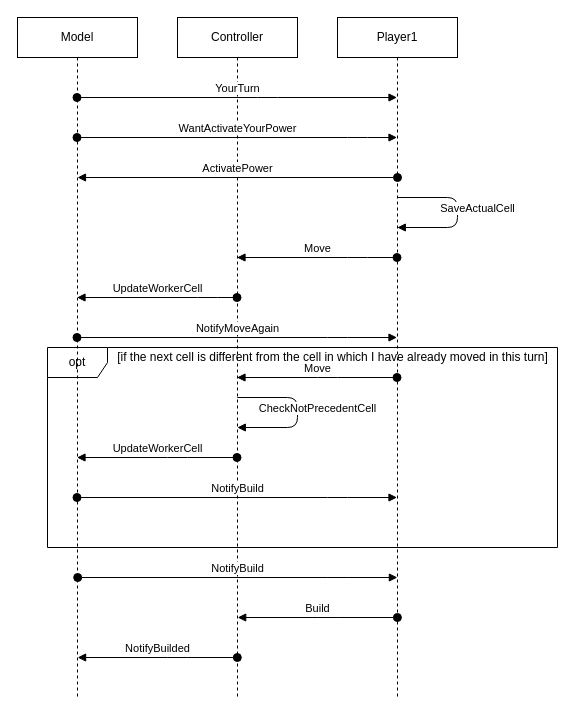
matteovisotto/ing-sw-2020-Siriani-Stucchi-Visotto keeps this draw.io diagram as page "Case_Artemis" (3 of 11) of UML/newUML.drawio. Above is the earlier version. Source tidied: cells renumbered, new cells numbered last; positions are measured from the earlier drawing's top-left corner, leaving out a move shared by most shapes. Both pictures are drawn from the tidied source at 100%, with x=0, y=0 at pixel (17, 17).
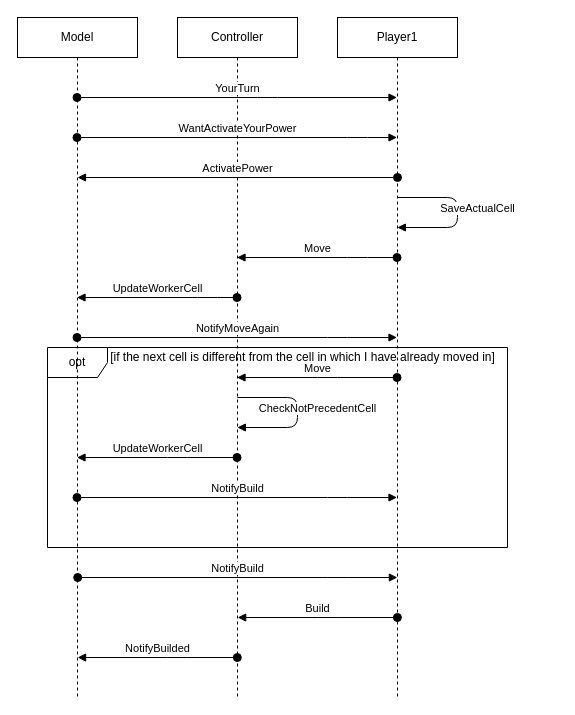
The same diagram, later.

The edit, as a diff of the source:
```diff
@@
     <mxCell id="2" value="opt" style="shape=umlFrame;whiteSpace=wrap;html=1;" parent="1" vertex="1">
-      <mxGeometry x="30" y="330" width="510" height="200" as="geometry" />
+      <mxGeometry x="30" y="330" width="460" height="200" as="geometry" />
     </mxCell>
@@
-    <mxCell id="17" value="[if the next cell is different from the cell&amp;nbsp;in which I have already moved in this turn]" style="text;html=1;align=center;verticalAlign=middle;" parent="1" vertex="1">
-      <mxGeometry x="90" y="330" width="450" height="20" as="geometry" />
+    <mxCell id="17" value="[if the next cell is different from the cell&amp;nbsp;in which I have already moved in]" style="text;html=1;align=center;verticalAlign=middle;" parent="1" vertex="1">
+      <mxGeometry x="85" y="330" width="400" height="20" as="geometry" />
     </mxCell>
```
